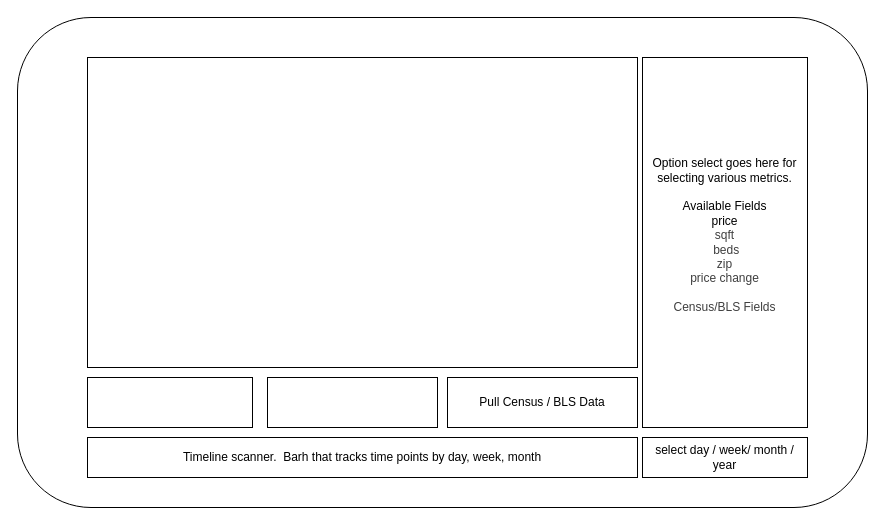
Landcruiser87/housing_search keeps this draw.io diagram as scripts/buyhousing/map_res.drawio. Above is the earlier version. Source tidied: cells renumbered, new cells numbered last; positions are measured from the earlier drawing's top-left corner, leaving out a move shared by most shapes. Both pictures are drawn from the tidied source at 100%, with x=0, y=0 at pixel (17, 17).
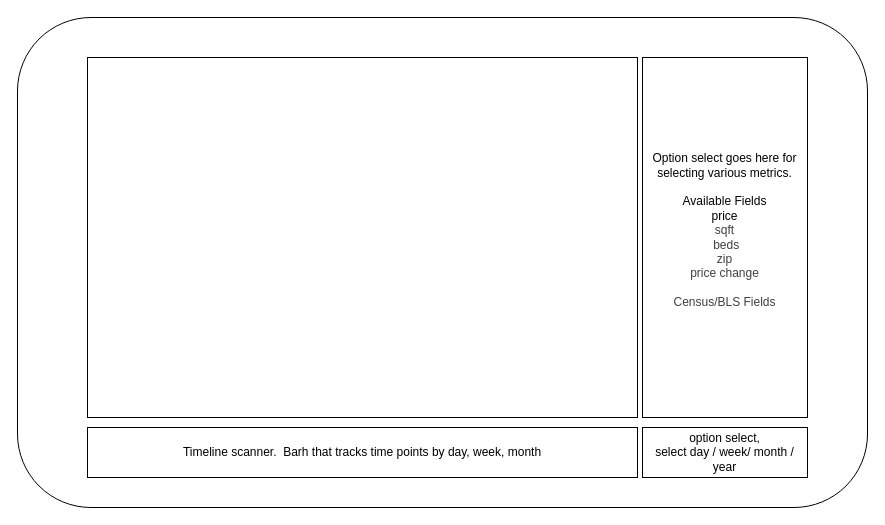
The same diagram, later.

The edit, as a diff of the source:
```diff
@@
 <mxGraphModel>
   <root>
     <mxCell id="0" />
     <mxCell id="1" parent="0" />
     <mxCell id="2" style="rounded=1;whiteSpace=wrap;html=1;" parent="1" vertex="1">
       <mxGeometry width="850" height="490" as="geometry" />
     </mxCell>
     <mxCell id="3" value="Timeline scanner.&amp;nbsp; Barh that tracks time points by day, week, month" style="rounded=0;whiteSpace=wrap;html=1;" parent="1" vertex="1">
-      <mxGeometry x="70" y="420" width="550" height="40" as="geometry" />
+      <mxGeometry x="70" y="410" width="550" height="50" as="geometry" />
     </mxCell>
-    <mxCell id="4" style="rounded=0;whiteSpace=wrap;html=1;" parent="1" vertex="1">
-      <mxGeometry x="250" y="360" width="170" height="50" as="geometry" />
-    </mxCell>
-    <mxCell id="5" style="rounded=0;whiteSpace=wrap;html=1;" parent="1" vertex="1">
-      <mxGeometry x="70" y="360" width="165" height="50" as="geometry" />
-    </mxCell>
     <mxCell id="6" style="rounded=0;whiteSpace=wrap;html=1;" parent="1" vertex="1">
-      <mxGeometry x="70" y="40" width="550" height="310" as="geometry" />
+      <mxGeometry x="70" y="40" width="550" height="360" as="geometry" />
     </mxCell>
-    <mxCell id="7" value="Pull Census / BLS Data" style="rounded=0;whiteSpace=wrap;html=1;" parent="1" vertex="1">
-      <mxGeometry x="430" y="360" width="190" height="50" as="geometry" />
-    </mxCell>
     <mxCell id="8" value="Option select goes here for selecting various metrics.&lt;div&gt;&lt;br&gt;&lt;/div&gt;&lt;div&gt;Available Fields&lt;/div&gt;&lt;div&gt;&lt;span style=&quot;background-color: transparent;&quot;&gt;price&lt;/span&gt;&lt;/div&gt;&lt;div&gt;&lt;span style=&quot;background-color: transparent; color: rgb(63, 63, 63);&quot;&gt;sqft&lt;/span&gt;&lt;/div&gt;&lt;div&gt;&lt;span style=&quot;background-color: transparent; color: rgb(63, 63, 63);&quot;&gt;&amp;nbsp;beds&lt;/span&gt;&lt;/div&gt;&lt;div&gt;&lt;span style=&quot;background-color: transparent; color: rgb(63, 63, 63);&quot;&gt;zip&lt;/span&gt;&lt;/div&gt;&lt;div&gt;&lt;span style=&quot;background-color: transparent; color: rgb(63, 63, 63);&quot;&gt;price change&lt;/span&gt;&lt;/div&gt;&lt;div&gt;&lt;span style=&quot;background-color: transparent; color: rgb(63, 63, 63);&quot;&gt;&lt;br&gt;&lt;/span&gt;&lt;/div&gt;&lt;div&gt;&lt;span style=&quot;background-color: transparent; color: rgb(63, 63, 63);&quot;&gt;Census/BLS Fields&lt;/span&gt;&lt;/div&gt;&lt;div&gt;&lt;span style=&quot;background-color: transparent; color: rgb(63, 63, 63);&quot;&gt;&lt;br&gt;&lt;/span&gt;&lt;/div&gt;" style="rounded=0;whiteSpace=wrap;html=1;" parent="1" vertex="1">
-      <mxGeometry x="625" y="40" width="165" height="370" as="geometry" />
+      <mxGeometry x="625" y="40" width="165" height="360" as="geometry" />
     </mxCell>
-    <mxCell id="9" value="select day / week/ month / year" style="rounded=0;whiteSpace=wrap;html=1;" parent="1" vertex="1">
-      <mxGeometry x="625" y="420" width="165" height="40" as="geometry" />
+    <mxCell id="9" value="option select, &lt;br&gt;select day / week/ month / year" style="rounded=0;whiteSpace=wrap;html=1;" parent="1" vertex="1">
+      <mxGeometry x="625" y="410" width="165" height="50" as="geometry" />
     </mxCell>
   </root>
 </mxGraphModel>
```
